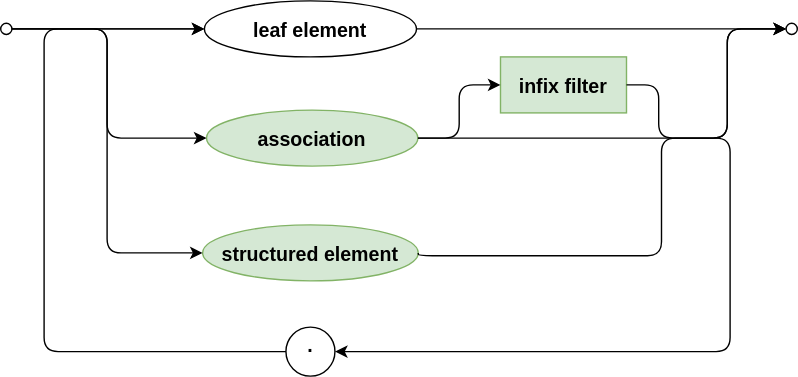
Earlier version of the draw.io export cds/assets/cxl/ref.drawio.svg (capire/docs). Source tidied: cells renumbered, new cells last; positions are measured from the earlier drawing's top-left corner, leaving out a move shared by most shapes. The source it was exported from:
```xml
<mxGraphModel>
  <root>
    <mxCell id="0" />
    <mxCell id="1" parent="0" />
    <mxCell id="2" style="edgeStyle=none;html=1;entryX=0;entryY=0.5;entryDx=0;entryDy=0;strokeWidth=1;fontSize=14;verticalAlign=middle;fontStyle=1;textDirection=ltr;" parent="1" edge="1" source="3" target="6">
      <mxGeometry relative="1" as="geometry" />
    </mxCell>
    <mxCell id="3" style="ellipse;whiteSpace=wrap;html=1;strokeWidth=1;fontSize=14;verticalAlign=middle;fontStyle=1;textDirection=ltr;" parent="1" vertex="1">
      <mxGeometry y="16" width="8" height="8" as="geometry" />
    </mxCell>
    <mxCell id="4" style="ellipse;whiteSpace=wrap;html=1;strokeWidth=1;fontSize=14;verticalAlign=middle;fontStyle=1;textDirection=ltr;" parent="1" vertex="1">
      <mxGeometry x="561" y="16" width="8" height="8" as="geometry" />
    </mxCell>
    <mxCell id="5" style="edgeStyle=elbowEdgeStyle;html=1;labelBackgroundColor=none;rounded=1;elbow=horizontal;endArrow=classic;endFill=1;align=left;exitX=1;exitY=0.5;exitDx=0;exitDy=0;entryX=0;entryY=0.5;entryDx=0;entryDy=0;strokeWidth=1;fontSize=14;verticalAlign=middle;fontStyle=1;textDirection=ltr;" parent="1" edge="1" source="6" target="4">
      <mxGeometry relative="1" as="geometry" />
    </mxCell>
    <object id="6" label="leaf element" placeholders="1">
      <mxCell style="ellipse;align=center;newEdgeStyle={&quot;edgeStyle&quot;:&quot;entityRelationEdgeStyle&quot;,&quot;startArrow&quot;:&quot;none&quot;,&quot;endArrow&quot;:&quot;none&quot;,&quot;segment&quot;:10,&quot;curved&quot;:1,&quot;sourcePerimeterSpacing&quot;:0,&quot;targetPerimeterSpacing&quot;:0};strokeWidth=1;fontSize=14;verticalAlign=middle;fontStyle=1;textDirection=ltr;spacing=4;" parent="1" vertex="1">
        <mxGeometry x="145.5" width="151.5" height="40" as="geometry" />
      </mxCell>
    </object>
    <mxCell id="7" value="structured element" style="ellipse;align=center;newEdgeStyle={&quot;edgeStyle&quot;:&quot;entityRelationEdgeStyle&quot;,&quot;startArrow&quot;:&quot;none&quot;,&quot;endArrow&quot;:&quot;none&quot;,&quot;segment&quot;:10,&quot;curved&quot;:1,&quot;sourcePerimeterSpacing&quot;:0,&quot;targetPerimeterSpacing&quot;:0};fontStyle=1;verticalAlign=middle;fontSize=14;textDirection=ltr;strokeWidth=1;fillColor=#d5e8d4;strokeColor=#82b366;" parent="1" vertex="1">
      <mxGeometry x="144.2" y="160" width="154" height="40" as="geometry" />
    </mxCell>
    <mxCell id="8" value="association" style="ellipse;align=center;newEdgeStyle={&quot;edgeStyle&quot;:&quot;entityRelationEdgeStyle&quot;,&quot;startArrow&quot;:&quot;none&quot;,&quot;endArrow&quot;:&quot;none&quot;,&quot;segment&quot;:10,&quot;curved&quot;:1,&quot;sourcePerimeterSpacing&quot;:0,&quot;targetPerimeterSpacing&quot;:0};fontStyle=1;verticalAlign=middle;fontSize=14;textDirection=ltr;strokeWidth=1;fillColor=#d5e8d4;strokeColor=#82b366;" parent="1" vertex="1">
      <mxGeometry x="147" y="78" width="151" height="40" as="geometry" />
    </mxCell>
    <mxCell id="9" value="infix filter" style="rounded=0;strokeWidth=1;arcSize=37;fontStyle=1;verticalAlign=middle;fontSize=14;textDirection=ltr;fillColor=#d5e8d4;strokeColor=#82b366;" parent="1" vertex="1">
      <mxGeometry x="357" y="40" width="90" height="40" as="geometry" />
    </mxCell>
    <mxCell id="10" style="edgeStyle=orthogonalEdgeStyle;rounded=1;jettySize=auto;exitX=1;exitY=0.5;exitDx=0;exitDy=0;startArrow=none;startFill=0;endArrow=classic;endFill=1;startSize=6;endSize=6;align=center;fontSize=12;labelBackgroundColor=none;entryX=0;entryY=0.5;entryDx=0;entryDy=0;" parent="1" edge="1" source="9" target="4">
      <mxGeometry relative="1" as="geometry">
        <Array as="points">
          <mxPoint x="470" y="60" />
          <mxPoint x="470" y="98" />
          <mxPoint x="519" y="98" />
          <mxPoint x="519" y="20" />
        </Array>
      </mxGeometry>
    </mxCell>
    <mxCell id="11" style="edgeStyle=orthogonalEdgeStyle;rounded=1;jettySize=auto;html=1;startArrow=none;startFill=0;endArrow=classic;endFill=1;startSize=6;endSize=6;align=center;fontSize=12;labelBackgroundColor=none;entryX=0;entryY=0.5;entryDx=0;entryDy=0;exitX=1;exitY=0.5;exitDx=0;exitDy=0;" parent="1" edge="1" source="3" target="7">
      <mxGeometry relative="1" as="geometry">
        <Array as="points">
          <mxPoint x="76" y="20" />
          <mxPoint x="76" y="180" />
        </Array>
      </mxGeometry>
    </mxCell>
    <mxCell id="12" style="edgeStyle=orthogonalEdgeStyle;rounded=1;jettySize=auto;html=1;startArrow=none;startFill=0;endArrow=classic;endFill=1;startSize=6;endSize=6;align=center;fontSize=12;labelBackgroundColor=none;exitX=1;exitY=0.5;exitDx=0;exitDy=0;entryX=0;entryY=0.5;entryDx=0;entryDy=0;" parent="1" edge="1" source="3" target="8">
      <mxGeometry relative="1" as="geometry">
        <Array as="points">
          <mxPoint x="76" y="20" />
          <mxPoint x="76" y="98" />
        </Array>
      </mxGeometry>
    </mxCell>
    <mxCell id="13" style="edgeStyle=orthogonalEdgeStyle;rounded=1;jettySize=auto;html=1;exitX=1;exitY=0.5;exitDx=0;exitDy=0;entryX=0;entryY=0.5;entryDx=0;entryDy=0;startArrow=none;startFill=0;endArrow=classic;endFill=1;startSize=6;endSize=6;align=center;fontSize=12;labelBackgroundColor=none;" parent="1" edge="1" source="8" target="9">
      <mxGeometry relative="1" as="geometry" />
    </mxCell>
    <mxCell id="14" style="edgeStyle=orthogonalEdgeStyle;rounded=1;jettySize=auto;html=1;exitX=1;exitY=0.5;exitDx=0;exitDy=0;startArrow=none;startFill=0;endArrow=classic;endFill=1;startSize=6;endSize=6;align=center;fontSize=12;labelBackgroundColor=none;entryX=1;entryY=0.5;entryDx=0;entryDy=0;" parent="1" edge="1" source="8" target="15">
      <mxGeometry relative="1" as="geometry">
        <Array as="points">
          <mxPoint x="521" y="98" />
          <mxPoint x="521" y="251" />
          <mxPoint x="239" y="251" />
        </Array>
      </mxGeometry>
    </mxCell>
    <mxCell id="15" value="." style="ellipse;whiteSpace=wrap;html=1;fontStyle=1;fontSize=14;verticalAlign=top;spacingBottom=11;strokeWidth=1;textDirection=ltr;spacing=0;" parent="1" vertex="1">
      <mxGeometry x="203.8" y="233" width="35" height="35" as="geometry" />
    </mxCell>
    <mxCell id="16" style="edgeStyle=orthogonalEdgeStyle;rounded=1;jettySize=auto;html=1;exitX=0;exitY=0.5;exitDx=0;exitDy=0;entryX=0;entryY=0.5;entryDx=0;entryDy=0;startArrow=none;startFill=0;endArrow=classic;endFill=1;startSize=6;endSize=6;align=center;fontSize=12;labelBackgroundColor=none;" parent="1" edge="1" source="15" target="6">
      <mxGeometry relative="1" as="geometry">
        <Array as="points">
          <mxPoint x="31" y="251" />
          <mxPoint x="31" y="20" />
        </Array>
      </mxGeometry>
    </mxCell>
    <mxCell id="17" style="edgeStyle=orthogonalEdgeStyle;rounded=1;jettySize=auto;html=1;exitX=1;exitY=0.5;exitDx=0;exitDy=0;entryX=0;entryY=0.5;entryDx=0;entryDy=0;startArrow=none;startFill=0;endArrow=classic;endFill=1;startSize=6;endSize=6;align=center;fontSize=12;labelBackgroundColor=none;" parent="1" edge="1" source="7" target="4">
      <mxGeometry relative="1" as="geometry">
        <Array as="points">
          <mxPoint x="298" y="182" />
          <mxPoint x="472" y="182" />
          <mxPoint x="472" y="98" />
          <mxPoint x="519" y="98" />
          <mxPoint x="519" y="20" />
        </Array>
      </mxGeometry>
    </mxCell>
  </root>
</mxGraphModel>
```
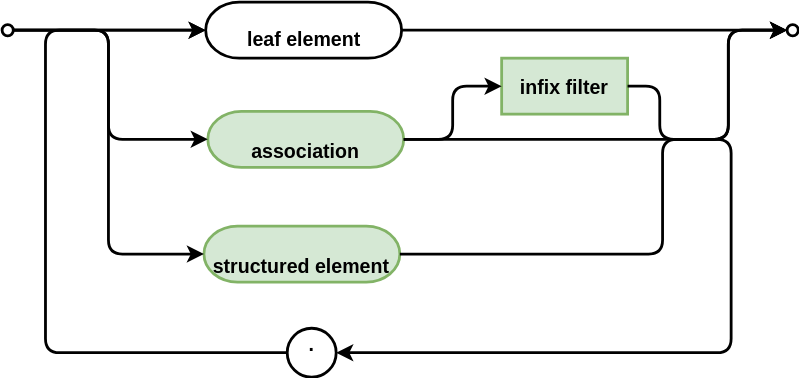
After the commit.

Change to the diagram source:
```diff
@@ -2,33 +2,33 @@
   <root>
     <mxCell id="0" />
     <mxCell id="1" parent="0" />
-    <mxCell id="2" style="edgeStyle=none;html=1;entryX=0;entryY=0.5;entryDx=0;entryDy=0;strokeWidth=1;fontSize=14;verticalAlign=middle;fontStyle=1;textDirection=ltr;" parent="1" edge="1" source="3" target="6">
+    <mxCell id="2" style="edgeStyle=none;html=1;entryX=0;entryY=0.5;entryDx=0;entryDy=0;strokeWidth=2;fontSize=14;verticalAlign=bottom;fontStyle=1;textDirection=ltr;" parent="1" edge="1" source="3" target="6">
       <mxGeometry relative="1" as="geometry" />
     </mxCell>
-    <mxCell id="3" style="ellipse;whiteSpace=wrap;html=1;strokeWidth=1;fontSize=14;verticalAlign=middle;fontStyle=1;textDirection=ltr;" parent="1" vertex="1">
+    <mxCell id="3" style="ellipse;whiteSpace=wrap;html=1;strokeWidth=2;fontSize=14;verticalAlign=bottom;fontStyle=1;textDirection=ltr;" parent="1" vertex="1">
       <mxGeometry y="16" width="8" height="8" as="geometry" />
     </mxCell>
-    <mxCell id="4" style="ellipse;whiteSpace=wrap;html=1;strokeWidth=1;fontSize=14;verticalAlign=middle;fontStyle=1;textDirection=ltr;" parent="1" vertex="1">
+    <mxCell id="4" style="ellipse;whiteSpace=wrap;html=1;strokeWidth=2;fontSize=14;verticalAlign=bottom;fontStyle=1;textDirection=ltr;" parent="1" vertex="1">
       <mxGeometry x="561" y="16" width="8" height="8" as="geometry" />
     </mxCell>
-    <mxCell id="5" style="edgeStyle=elbowEdgeStyle;html=1;labelBackgroundColor=none;rounded=1;elbow=horizontal;endArrow=classic;endFill=1;align=left;exitX=1;exitY=0.5;exitDx=0;exitDy=0;entryX=0;entryY=0.5;entryDx=0;entryDy=0;strokeWidth=1;fontSize=14;verticalAlign=middle;fontStyle=1;textDirection=ltr;" parent="1" edge="1" source="6" target="4">
+    <mxCell id="5" style="edgeStyle=elbowEdgeStyle;html=1;labelBackgroundColor=none;rounded=1;elbow=horizontal;endArrow=classic;endFill=1;align=left;exitX=1;exitY=0.5;exitDx=0;exitDy=0;entryX=0;entryY=0.5;entryDx=0;entryDy=0;strokeWidth=2;fontSize=14;verticalAlign=bottom;fontStyle=1;textDirection=ltr;" parent="1" edge="1" source="6" target="4">
       <mxGeometry relative="1" as="geometry" />
     </mxCell>
     <object id="6" label="leaf element" placeholders="1">
-      <mxCell style="ellipse;align=center;newEdgeStyle={&quot;edgeStyle&quot;:&quot;entityRelationEdgeStyle&quot;,&quot;startArrow&quot;:&quot;none&quot;,&quot;endArrow&quot;:&quot;none&quot;,&quot;segment&quot;:10,&quot;curved&quot;:1,&quot;sourcePerimeterSpacing&quot;:0,&quot;targetPerimeterSpacing&quot;:0};strokeWidth=1;fontSize=14;verticalAlign=middle;fontStyle=1;textDirection=ltr;spacing=4;" parent="1" vertex="1">
-        <mxGeometry x="145.5" width="151.5" height="40" as="geometry" />
+      <mxCell style="align=center;newEdgeStyle={&quot;edgeStyle&quot;:&quot;entityRelationEdgeStyle&quot;,&quot;startArrow&quot;:&quot;none&quot;,&quot;endArrow&quot;:&quot;none&quot;,&quot;segment&quot;:10,&quot;curved&quot;:1,&quot;sourcePerimeterSpacing&quot;:0,&quot;targetPerimeterSpacing&quot;:0};strokeWidth=2;fontSize=14;verticalAlign=bottom;fontStyle=1;textDirection=ltr;spacing=4;rounded=1;whiteSpace=wrap;html=1;arcSize=60;" parent="1" vertex="1">
+        <mxGeometry x="145.5" width="140" height="40" as="geometry" />
       </mxCell>
     </object>
-    <mxCell id="7" value="structured element" style="ellipse;align=center;newEdgeStyle={&quot;edgeStyle&quot;:&quot;entityRelationEdgeStyle&quot;,&quot;startArrow&quot;:&quot;none&quot;,&quot;endArrow&quot;:&quot;none&quot;,&quot;segment&quot;:10,&quot;curved&quot;:1,&quot;sourcePerimeterSpacing&quot;:0,&quot;targetPerimeterSpacing&quot;:0};fontStyle=1;verticalAlign=middle;fontSize=14;textDirection=ltr;strokeWidth=1;fillColor=#d5e8d4;strokeColor=#82b366;" parent="1" vertex="1">
-      <mxGeometry x="144.2" y="160" width="154" height="40" as="geometry" />
+    <mxCell id="7" value="structured element" style="align=center;newEdgeStyle={&quot;edgeStyle&quot;:&quot;entityRelationEdgeStyle&quot;,&quot;startArrow&quot;:&quot;none&quot;,&quot;endArrow&quot;:&quot;none&quot;,&quot;segment&quot;:10,&quot;curved&quot;:1,&quot;sourcePerimeterSpacing&quot;:0,&quot;targetPerimeterSpacing&quot;:0};fontStyle=1;verticalAlign=bottom;fontSize=14;textDirection=ltr;strokeWidth=2;fillColor=#d5e8d4;strokeColor=#82b366;rounded=1;whiteSpace=wrap;html=1;arcSize=60;" parent="1" vertex="1">
+      <mxGeometry x="144.2" y="160" width="140" height="40" as="geometry" />
     </mxCell>
-    <mxCell id="8" value="association" style="ellipse;align=center;newEdgeStyle={&quot;edgeStyle&quot;:&quot;entityRelationEdgeStyle&quot;,&quot;startArrow&quot;:&quot;none&quot;,&quot;endArrow&quot;:&quot;none&quot;,&quot;segment&quot;:10,&quot;curved&quot;:1,&quot;sourcePerimeterSpacing&quot;:0,&quot;targetPerimeterSpacing&quot;:0};fontStyle=1;verticalAlign=middle;fontSize=14;textDirection=ltr;strokeWidth=1;fillColor=#d5e8d4;strokeColor=#82b366;" parent="1" vertex="1">
-      <mxGeometry x="147" y="78" width="151" height="40" as="geometry" />
+    <mxCell id="8" value="association" style="align=center;newEdgeStyle={&quot;edgeStyle&quot;:&quot;entityRelationEdgeStyle&quot;,&quot;startArrow&quot;:&quot;none&quot;,&quot;endArrow&quot;:&quot;none&quot;,&quot;segment&quot;:10,&quot;curved&quot;:1,&quot;sourcePerimeterSpacing&quot;:0,&quot;targetPerimeterSpacing&quot;:0};fontStyle=1;verticalAlign=bottom;fontSize=14;textDirection=ltr;strokeWidth=2;fillColor=#d5e8d4;strokeColor=#82b366;rounded=1;whiteSpace=wrap;html=1;arcSize=60;" parent="1" vertex="1">
+      <mxGeometry x="147" y="78" width="140" height="40" as="geometry" />
     </mxCell>
-    <mxCell id="9" value="infix filter" style="rounded=0;strokeWidth=1;arcSize=37;fontStyle=1;verticalAlign=middle;fontSize=14;textDirection=ltr;fillColor=#d5e8d4;strokeColor=#82b366;" parent="1" vertex="1">
+    <mxCell id="9" value="infix filter" style="rounded=0;strokeWidth=2;arcSize=37;fontStyle=1;verticalAlign=middle;fontSize=14;textDirection=ltr;fillColor=#d5e8d4;strokeColor=#82b366;" parent="1" vertex="1">
       <mxGeometry x="357" y="40" width="90" height="40" as="geometry" />
     </mxCell>
-    <mxCell id="10" style="edgeStyle=orthogonalEdgeStyle;rounded=1;jettySize=auto;exitX=1;exitY=0.5;exitDx=0;exitDy=0;startArrow=none;startFill=0;endArrow=classic;endFill=1;startSize=6;endSize=6;align=center;fontSize=12;labelBackgroundColor=none;entryX=0;entryY=0.5;entryDx=0;entryDy=0;" parent="1" edge="1" source="9" target="4">
+    <mxCell id="10" style="edgeStyle=orthogonalEdgeStyle;rounded=1;jettySize=auto;exitX=1;exitY=0.5;exitDx=0;exitDy=0;startArrow=none;startFill=0;endArrow=classic;endFill=1;startSize=6;endSize=6;align=center;fontSize=12;labelBackgroundColor=none;entryX=0;entryY=0.5;entryDx=0;entryDy=0;strokeWidth=2;verticalAlign=bottom;" parent="1" edge="1" source="9" target="4">
       <mxGeometry relative="1" as="geometry">
         <Array as="points">
           <mxPoint x="470" y="60" />
@@ -38,7 +38,7 @@
         </Array>
       </mxGeometry>
     </mxCell>
-    <mxCell id="11" style="edgeStyle=orthogonalEdgeStyle;rounded=1;jettySize=auto;html=1;startArrow=none;startFill=0;endArrow=classic;endFill=1;startSize=6;endSize=6;align=center;fontSize=12;labelBackgroundColor=none;entryX=0;entryY=0.5;entryDx=0;entryDy=0;exitX=1;exitY=0.5;exitDx=0;exitDy=0;" parent="1" edge="1" source="3" target="7">
+    <mxCell id="11" style="edgeStyle=orthogonalEdgeStyle;rounded=1;jettySize=auto;html=1;startArrow=none;startFill=0;endArrow=classic;endFill=1;startSize=6;endSize=6;align=center;fontSize=12;labelBackgroundColor=none;entryX=0;entryY=0.5;entryDx=0;entryDy=0;exitX=1;exitY=0.5;exitDx=0;exitDy=0;strokeWidth=2;verticalAlign=bottom;" parent="1" edge="1" source="3" target="7">
       <mxGeometry relative="1" as="geometry">
         <Array as="points">
           <mxPoint x="76" y="20" />
@@ -46,7 +46,7 @@
         </Array>
       </mxGeometry>
     </mxCell>
-    <mxCell id="12" style="edgeStyle=orthogonalEdgeStyle;rounded=1;jettySize=auto;html=1;startArrow=none;startFill=0;endArrow=classic;endFill=1;startSize=6;endSize=6;align=center;fontSize=12;labelBackgroundColor=none;exitX=1;exitY=0.5;exitDx=0;exitDy=0;entryX=0;entryY=0.5;entryDx=0;entryDy=0;" parent="1" edge="1" source="3" target="8">
+    <mxCell id="12" style="edgeStyle=orthogonalEdgeStyle;rounded=1;jettySize=auto;html=1;startArrow=none;startFill=0;endArrow=classic;endFill=1;startSize=6;endSize=6;align=center;fontSize=12;labelBackgroundColor=none;exitX=1;exitY=0.5;exitDx=0;exitDy=0;entryX=0;entryY=0.5;entryDx=0;entryDy=0;strokeWidth=2;verticalAlign=bottom;" parent="1" edge="1" source="3" target="8">
       <mxGeometry relative="1" as="geometry">
         <Array as="points">
           <mxPoint x="76" y="20" />
@@ -54,10 +54,10 @@
         </Array>
       </mxGeometry>
     </mxCell>
-    <mxCell id="13" style="edgeStyle=orthogonalEdgeStyle;rounded=1;jettySize=auto;html=1;exitX=1;exitY=0.5;exitDx=0;exitDy=0;entryX=0;entryY=0.5;entryDx=0;entryDy=0;startArrow=none;startFill=0;endArrow=classic;endFill=1;startSize=6;endSize=6;align=center;fontSize=12;labelBackgroundColor=none;" parent="1" edge="1" source="8" target="9">
+    <mxCell id="13" style="edgeStyle=orthogonalEdgeStyle;rounded=1;jettySize=auto;html=1;exitX=1;exitY=0.5;exitDx=0;exitDy=0;entryX=0;entryY=0.5;entryDx=0;entryDy=0;startArrow=none;startFill=0;endArrow=classic;endFill=1;startSize=6;endSize=6;align=center;fontSize=12;labelBackgroundColor=none;strokeWidth=2;verticalAlign=bottom;" parent="1" edge="1" source="8" target="9">
       <mxGeometry relative="1" as="geometry" />
     </mxCell>
-    <mxCell id="14" style="edgeStyle=orthogonalEdgeStyle;rounded=1;jettySize=auto;html=1;exitX=1;exitY=0.5;exitDx=0;exitDy=0;startArrow=none;startFill=0;endArrow=classic;endFill=1;startSize=6;endSize=6;align=center;fontSize=12;labelBackgroundColor=none;entryX=1;entryY=0.5;entryDx=0;entryDy=0;" parent="1" edge="1" source="8" target="15">
+    <mxCell id="14" style="edgeStyle=orthogonalEdgeStyle;rounded=1;jettySize=auto;html=1;exitX=1;exitY=0.5;exitDx=0;exitDy=0;startArrow=none;startFill=0;endArrow=classic;endFill=1;startSize=6;endSize=6;align=center;fontSize=12;labelBackgroundColor=none;entryX=1;entryY=0.5;entryDx=0;entryDy=0;strokeWidth=2;verticalAlign=bottom;" parent="1" edge="1" source="8" target="15">
       <mxGeometry relative="1" as="geometry">
         <Array as="points">
           <mxPoint x="521" y="98" />
@@ -66,10 +66,10 @@
         </Array>
       </mxGeometry>
     </mxCell>
-    <mxCell id="15" value="." style="ellipse;whiteSpace=wrap;html=1;fontStyle=1;fontSize=14;verticalAlign=top;spacingBottom=11;strokeWidth=1;textDirection=ltr;spacing=0;" parent="1" vertex="1">
+    <mxCell id="15" value="." style="whiteSpace=wrap;html=1;fontStyle=1;fontSize=14;verticalAlign=middle;spacingBottom=11;strokeWidth=2;textDirection=ltr;spacing=0;rounded=1;arcSize=60;labelPosition=center;verticalLabelPosition=middle;align=center;" parent="1" vertex="1">
       <mxGeometry x="203.8" y="233" width="35" height="35" as="geometry" />
     </mxCell>
-    <mxCell id="16" style="edgeStyle=orthogonalEdgeStyle;rounded=1;jettySize=auto;html=1;exitX=0;exitY=0.5;exitDx=0;exitDy=0;entryX=0;entryY=0.5;entryDx=0;entryDy=0;startArrow=none;startFill=0;endArrow=classic;endFill=1;startSize=6;endSize=6;align=center;fontSize=12;labelBackgroundColor=none;" parent="1" edge="1" source="15" target="6">
+    <mxCell id="16" style="edgeStyle=orthogonalEdgeStyle;rounded=1;jettySize=auto;html=1;exitX=0;exitY=0.5;exitDx=0;exitDy=0;entryX=0;entryY=0.5;entryDx=0;entryDy=0;startArrow=none;startFill=0;endArrow=classic;endFill=1;startSize=6;endSize=6;align=center;fontSize=12;labelBackgroundColor=none;strokeWidth=2;verticalAlign=bottom;" parent="1" edge="1" source="15" target="6">
       <mxGeometry relative="1" as="geometry">
         <Array as="points">
           <mxPoint x="31" y="251" />
@@ -77,11 +77,10 @@
         </Array>
       </mxGeometry>
     </mxCell>
-    <mxCell id="17" style="edgeStyle=orthogonalEdgeStyle;rounded=1;jettySize=auto;html=1;exitX=1;exitY=0.5;exitDx=0;exitDy=0;entryX=0;entryY=0.5;entryDx=0;entryDy=0;startArrow=none;startFill=0;endArrow=classic;endFill=1;startSize=6;endSize=6;align=center;fontSize=12;labelBackgroundColor=none;" parent="1" edge="1" source="7" target="4">
+    <mxCell id="17" style="edgeStyle=orthogonalEdgeStyle;rounded=1;jettySize=auto;html=1;exitX=1;exitY=0.5;exitDx=0;exitDy=0;entryX=0;entryY=0.5;entryDx=0;entryDy=0;startArrow=none;startFill=0;endArrow=classic;endFill=1;startSize=6;endSize=6;align=center;fontSize=12;labelBackgroundColor=none;strokeWidth=2;verticalAlign=bottom;" parent="1" edge="1" source="7" target="4">
       <mxGeometry relative="1" as="geometry">
         <Array as="points">
-          <mxPoint x="298" y="182" />
-          <mxPoint x="472" y="182" />
+          <mxPoint x="472" y="180" />
           <mxPoint x="472" y="98" />
           <mxPoint x="519" y="98" />
           <mxPoint x="519" y="20" />
```
